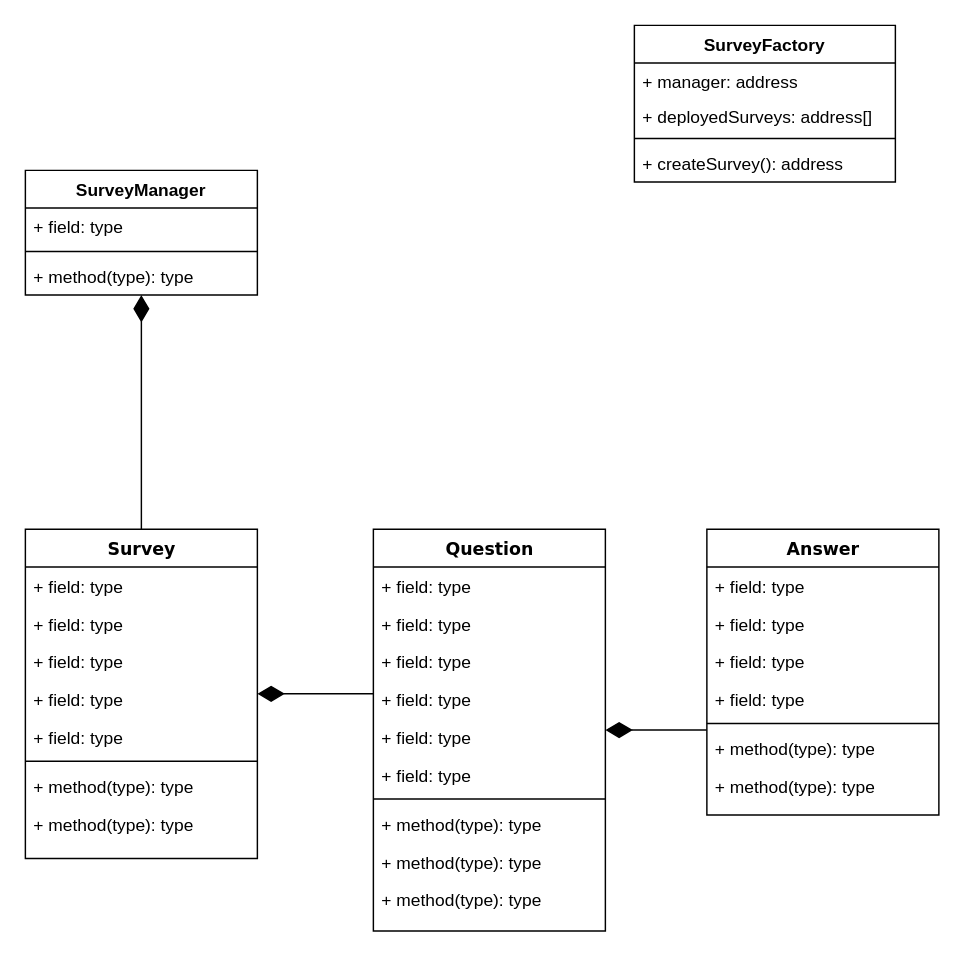
The draw.io diagram tps_smart_contracts.drawio in sebschre/tamper-proof_surveys, before the edit. Source tidied: cells renumbered, new cells numbered last; positions are measured from the earlier drawing's top-left corner, leaving out a move shared by most shapes. Both pictures are drawn from the tidied source at 145%, with x=0, y=0 at pixel (25, 25).
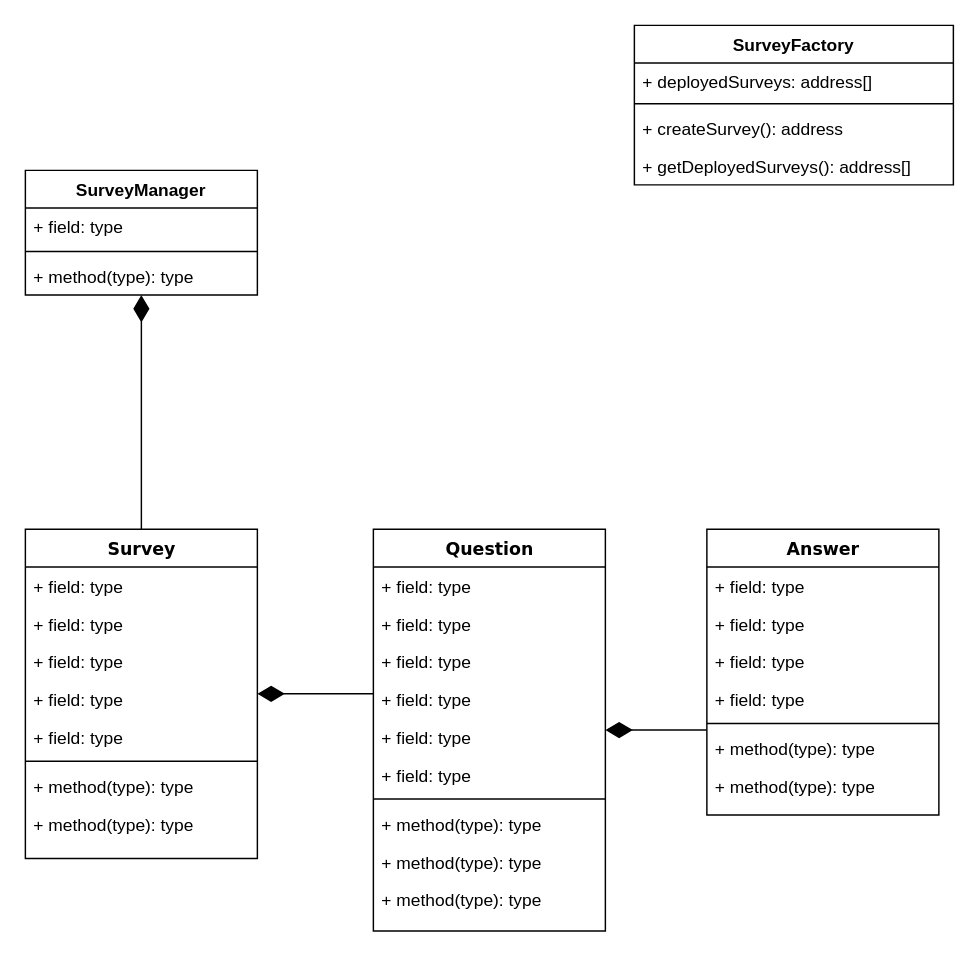
After the change.

What changed in the source:
```diff
@@
     <mxCell id="37" value="SurveyFactory" style="swimlane;fontStyle=1;align=center;verticalAlign=top;horizontal=1;startSize=26;" parent="1" vertex="1">
-      <mxGeometry x="420" width="180" height="108" as="geometry" />
+      <mxGeometry x="420" width="220" height="110" as="geometry" />
     </mxCell>
-    <mxCell id="38" value="+ manager: address&#10;" style="text;strokeColor=none;fillColor=none;align=left;verticalAlign=top;spacingLeft=4;spacingRight=4;overflow=hidden;" parent="37" vertex="1">
-      <mxGeometry y="26" width="180" height="24" as="geometry" />
-    </mxCell>
     <mxCell id="39" value="+ deployedSurveys: address[]&#10;" style="text;strokeColor=none;fillColor=none;align=left;verticalAlign=top;spacingLeft=4;spacingRight=4;overflow=hidden;" parent="37" vertex="1">
-      <mxGeometry y="50" width="180" height="24" as="geometry" />
+      <mxGeometry y="26" width="220" height="24" as="geometry" />
     </mxCell>
     <mxCell id="40" style="line;strokeWidth=1;fillColor=none;align=left;verticalAlign=middle;spacingTop=-1;spacingLeft=3;spacingRight=3;labelPosition=right;" parent="37" vertex="1">
-      <mxGeometry y="74" width="180" height="8" as="geometry" />
+      <mxGeometry y="50" width="220" height="8" as="geometry" />
     </mxCell>
     <mxCell id="41" value="+ createSurvey(): address" style="text;strokeColor=none;fillColor=none;align=left;verticalAlign=top;spacingLeft=4;spacingRight=4;overflow=hidden;" parent="37" vertex="1">
-      <mxGeometry y="82" width="180" height="26" as="geometry" />
+      <mxGeometry y="58" width="220" height="26" as="geometry" />
     </mxCell>
+    <mxCell id="42" value="+ getDeployedSurveys(): address[]" style="text;strokeColor=none;fillColor=none;align=left;verticalAlign=top;spacingLeft=4;spacingRight=4;overflow=hidden;" parent="37" vertex="1">
+      <mxGeometry y="84" width="220" height="26" as="geometry" />
+    </mxCell>
```
